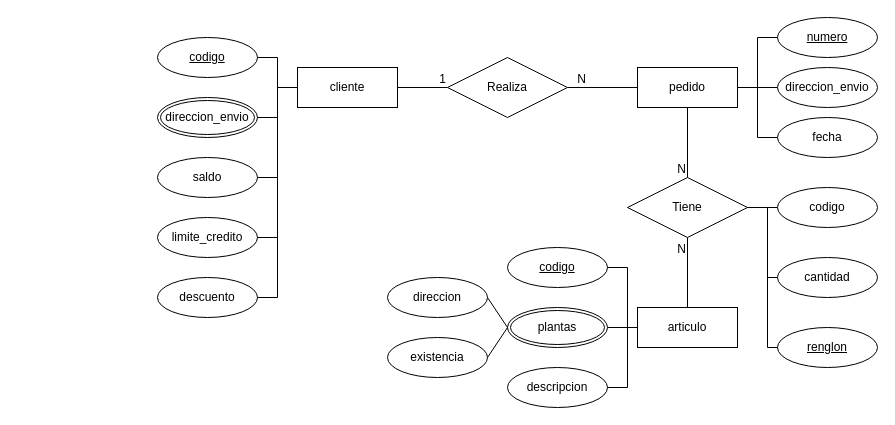
This is actividad-2/diagramas/almacen.drawio from Molter73/db-uni, a draw.io file, before an edit. Source tidied: cells renumbered, new cells numbered last; positions are measured from the earlier drawing's top-left corner, leaving out a move shared by most shapes. Both pictures are drawn from the tidied source at 100%, with x=0, y=0 at pixel (157, 17).
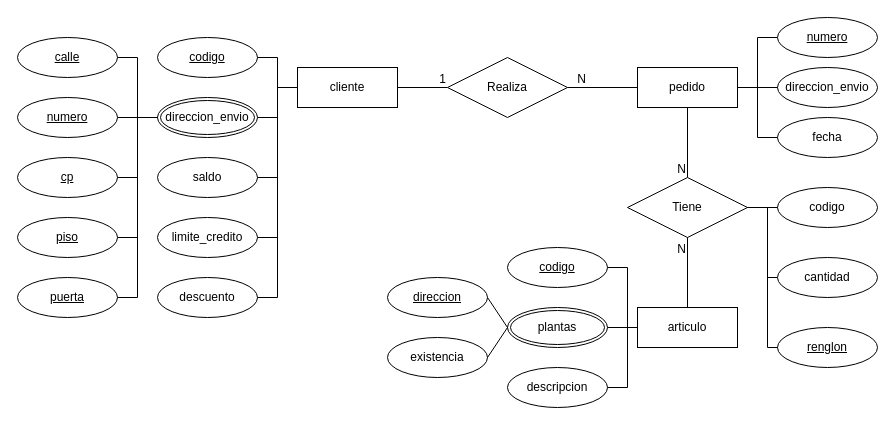
The same diagram, later.

Unchanged cells that the change refers to:
```xml
<mxCell id="4" value="direccion_envio" style="ellipse;shape=doubleEllipse;margin=3;whiteSpace=wrap;html=1;align=center;" parent="1" vertex="1">
  <mxGeometry y="80" width="100" height="40" as="geometry" />
</mxCell>
```

What changed in the source:
```diff
@@
-    <mxCell id="39" value="direccion" style="ellipse;whiteSpace=wrap;html=1;align=center;" parent="1" vertex="1">
+    <mxCell id="39" value="direccion" style="ellipse;whiteSpace=wrap;html=1;align=center;fontStyle=4;" parent="1" vertex="1">
       <mxGeometry x="230" y="260" width="100" height="40" as="geometry" />
     </mxCell>
@@
+    <mxCell id="47" value="calle" style="ellipse;whiteSpace=wrap;html=1;align=center;fontStyle=4;" parent="1" vertex="1">
+      <mxGeometry x="-140" y="20" width="100" height="40" as="geometry" />
+    </mxCell>
+    <mxCell id="48" value="numero" style="ellipse;whiteSpace=wrap;html=1;align=center;fontStyle=4;" parent="1" vertex="1">
+      <mxGeometry x="-140" y="80" width="100" height="40" as="geometry" />
+    </mxCell>
+    <mxCell id="49" value="cp" style="ellipse;whiteSpace=wrap;html=1;align=center;fontStyle=4;" parent="1" vertex="1">
+      <mxGeometry x="-140" y="140" width="100" height="40" as="geometry" />
+    </mxCell>
+    <mxCell id="50" value="piso" style="ellipse;whiteSpace=wrap;html=1;align=center;fontStyle=4;" parent="1" vertex="1">
+      <mxGeometry x="-140" y="200" width="100" height="40" as="geometry" />
+    </mxCell>
+    <mxCell id="51" value="puerta" style="ellipse;whiteSpace=wrap;html=1;align=center;fontStyle=4;" parent="1" vertex="1">
+      <mxGeometry x="-140" y="260" width="100" height="40" as="geometry" />
+    </mxCell>
+    <mxCell id="52" style="endArrow=none;html=1;rounded=0;exitX=1;exitY=0.5;exitDx=0;exitDy=0;entryX=0;entryY=0.5;entryDx=0;entryDy=0;" parent="1" edge="1" source="47" target="4">
+      <mxGeometry relative="1" as="geometry">
+        <Array as="points">
+          <mxPoint x="-20" y="40" />
+          <mxPoint x="-20" y="100" />
+        </Array>
+      </mxGeometry>
+    </mxCell>
+    <mxCell id="53" style="endArrow=none;html=1;rounded=0;exitX=1;exitY=0.5;exitDx=0;exitDy=0;entryX=0;entryY=0.5;entryDx=0;entryDy=0;" parent="1" edge="1" source="49" target="4">
+      <mxGeometry relative="1" as="geometry">
+        <Array as="points">
+          <mxPoint x="-20" y="160" />
+          <mxPoint x="-20" y="100" />
+        </Array>
+      </mxGeometry>
+    </mxCell>
+    <mxCell id="54" style="endArrow=none;html=1;rounded=0;exitX=1;exitY=0.5;exitDx=0;exitDy=0;entryX=0;entryY=0.5;entryDx=0;entryDy=0;" parent="1" edge="1" source="48" target="4">
+      <mxGeometry relative="1" as="geometry" />
+    </mxCell>
+    <mxCell id="55" style="endArrow=none;html=1;rounded=0;exitX=1;exitY=0.5;exitDx=0;exitDy=0;entryX=0;entryY=0.5;entryDx=0;entryDy=0;" parent="1" edge="1" source="50" target="4">
+      <mxGeometry relative="1" as="geometry">
+        <Array as="points">
+          <mxPoint x="-20" y="220" />
+          <mxPoint x="-20" y="100" />
+        </Array>
+      </mxGeometry>
+    </mxCell>
+    <mxCell id="56" style="endArrow=none;html=1;rounded=0;exitX=1;exitY=0.5;exitDx=0;exitDy=0;entryX=0;entryY=0.5;entryDx=0;entryDy=0;" parent="1" edge="1" source="51" target="4">
+      <mxGeometry relative="1" as="geometry">
+        <Array as="points">
+          <mxPoint x="-20" y="280" />
+          <mxPoint x="-20" y="100" />
+        </Array>
+      </mxGeometry>
+    </mxCell>
```
